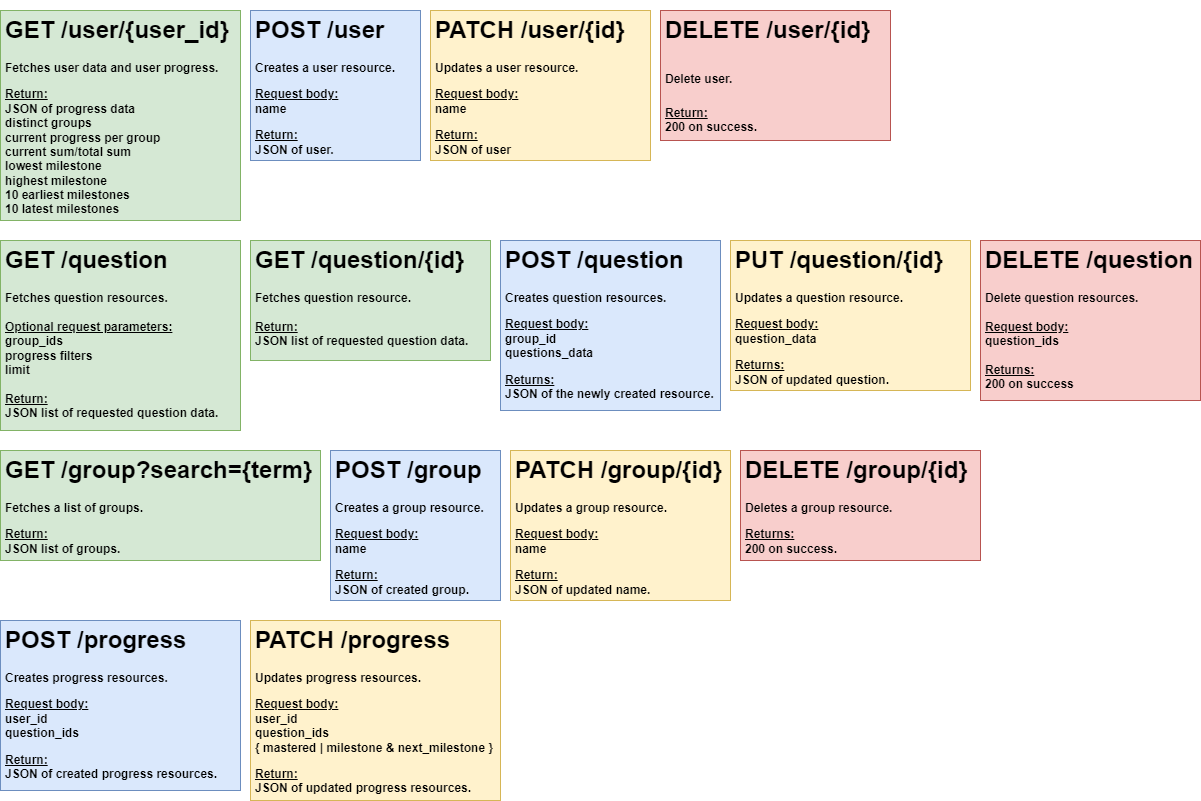
Earlier version of the draw.io export design/api.png (theara-y/learning-app). Source tidied: cells renumbered, new cells last; positions are measured from the earlier drawing's top-left corner, leaving out a move shared by most shapes. Its diagram source:
```xml
<mxGraphModel>
  <root>
    <mxCell id="0" />
    <mxCell id="1" parent="0" />
    <mxCell id="2" value="&lt;h1&gt;GET /question&lt;/h1&gt;&lt;div&gt;&lt;b&gt;Fetches question resources.&lt;/b&gt;&lt;/div&gt;&lt;div&gt;&lt;b&gt;&lt;br&gt;&lt;/b&gt;&lt;/div&gt;&lt;div&gt;&lt;b&gt;&lt;u&gt;Optional request parameters:&lt;/u&gt;&lt;br&gt;group_ids&lt;/b&gt;&lt;/div&gt;&lt;div&gt;&lt;b&gt;progress filters&lt;br&gt;limit&lt;/b&gt;&lt;/div&gt;&lt;div&gt;&lt;br&gt;&lt;/div&gt;&lt;div&gt;&lt;b&gt;&lt;u&gt;Return:&lt;/u&gt;&lt;br&gt;JSON list of requested question data.&lt;/b&gt;&lt;/div&gt;" style="text;html=1;strokeColor=#82b366;fillColor=#d5e8d4;spacing=5;spacingTop=-20;whiteSpace=wrap;overflow=hidden;rounded=0;perimeterSpacing=0;" parent="1" vertex="1">
      <mxGeometry y="230" width="240" height="190" as="geometry" />
    </mxCell>
    <mxCell id="3" value="&lt;h1&gt;POST /question&lt;/h1&gt;&lt;p&gt;&lt;b&gt;Creates question resources.&lt;/b&gt;&lt;/p&gt;&lt;p&gt;&lt;b&gt;&lt;u&gt;Request body:&lt;/u&gt;&lt;br&gt;group_id&lt;br&gt;questions_data&lt;/b&gt;&lt;/p&gt;&lt;p&gt;&lt;b&gt;&lt;u&gt;Returns:&lt;/u&gt;&lt;br&gt;JSON of the newly created resource.&lt;/b&gt;&lt;/p&gt;" style="text;html=1;strokeColor=#6c8ebf;fillColor=#dae8fc;spacing=5;spacingTop=-20;whiteSpace=wrap;overflow=hidden;rounded=0;" parent="1" vertex="1">
      <mxGeometry x="500" y="230" width="220" height="170" as="geometry" />
    </mxCell>
    <mxCell id="4" value="&lt;h1&gt;PUT /question/{id}&lt;/h1&gt;&lt;p&gt;&lt;b&gt;Updates a question resource.&lt;/b&gt;&lt;/p&gt;&lt;p&gt;&lt;b&gt;&lt;u&gt;Request body:&lt;/u&gt;&lt;br&gt;question_data&lt;/b&gt;&lt;/p&gt;&lt;p&gt;&lt;b&gt;&lt;u&gt;Returns:&lt;/u&gt;&lt;br&gt;JSON of updated question.&lt;/b&gt;&lt;/p&gt;" style="text;html=1;strokeColor=#d6b656;fillColor=#fff2cc;spacing=5;spacingTop=-20;whiteSpace=wrap;overflow=hidden;rounded=0;" parent="1" vertex="1">
      <mxGeometry x="730" y="230" width="240" height="150" as="geometry" />
    </mxCell>
    <mxCell id="5" value="&lt;h1&gt;DELETE /question&lt;br&gt;&lt;/h1&gt;&lt;div&gt;&lt;b&gt;Delete question resources.&lt;br&gt;&lt;/b&gt;&lt;/div&gt;&lt;div&gt;&lt;b&gt;&lt;br&gt;&lt;/b&gt;&lt;/div&gt;&lt;div&gt;&lt;b&gt;&lt;u&gt;Request body:&lt;/u&gt;&lt;br&gt;question_ids&lt;br&gt;&lt;br&gt;&lt;u&gt;Returns:&lt;/u&gt;&lt;br&gt;200 on success&lt;/b&gt;&lt;/div&gt;" style="text;html=1;strokeColor=#b85450;fillColor=#f8cecc;spacing=5;spacingTop=-20;whiteSpace=wrap;overflow=hidden;rounded=0;" parent="1" vertex="1">
      <mxGeometry x="980" y="230" width="220" height="160" as="geometry" />
    </mxCell>
    <mxCell id="6" value="&lt;h1&gt;POST /group&lt;/h1&gt;&lt;p&gt;&lt;b&gt;Creates a group resource.&lt;/b&gt;&lt;/p&gt;&lt;p&gt;&lt;b&gt;&lt;u&gt;Request body:&lt;/u&gt;&lt;br&gt;&lt;span style=&quot;background-color: initial;&quot;&gt;name&lt;/span&gt;&lt;/b&gt;&lt;/p&gt;&lt;p&gt;&lt;span style=&quot;background-color: initial;&quot;&gt;&lt;b&gt;&lt;u&gt;Return:&lt;/u&gt;&lt;br&gt;JSON of created group.&lt;/b&gt;&lt;/span&gt;&lt;/p&gt;" style="text;html=1;strokeColor=#6c8ebf;fillColor=#dae8fc;spacing=5;spacingTop=-20;whiteSpace=wrap;overflow=hidden;rounded=0;" parent="1" vertex="1">
      <mxGeometry x="330" y="440" width="170" height="150" as="geometry" />
    </mxCell>
    <mxCell id="7" value="&lt;h1&gt;PATCH /group/{id}&lt;/h1&gt;&lt;p&gt;&lt;b&gt;Updates a group resource.&lt;/b&gt;&lt;/p&gt;&lt;p&gt;&lt;b&gt;&lt;u&gt;Request body:&lt;/u&gt;&lt;br&gt;&lt;/b&gt;&lt;b style=&quot;background-color: initial;&quot;&gt;name&lt;/b&gt;&lt;/p&gt;&lt;p&gt;&lt;b style=&quot;background-color: initial;&quot;&gt;&lt;u&gt;Return:&lt;/u&gt;&lt;br&gt;JSON of updated name.&lt;/b&gt;&lt;/p&gt;" style="text;html=1;strokeColor=#d6b656;fillColor=#fff2cc;spacing=5;spacingTop=-20;whiteSpace=wrap;overflow=hidden;rounded=0;" parent="1" vertex="1">
      <mxGeometry x="510" y="440" width="220" height="150" as="geometry" />
    </mxCell>
    <mxCell id="8" value="&lt;h1&gt;DELETE /group/{id}&lt;/h1&gt;&lt;p&gt;&lt;b&gt;Deletes a group resource.&lt;/b&gt;&lt;/p&gt;&lt;p&gt;&lt;b&gt;&lt;u&gt;Returns:&lt;/u&gt;&lt;br&gt;&lt;/b&gt;&lt;b style=&quot;background-color: initial;&quot;&gt;200 on success.&lt;/b&gt;&lt;/p&gt;" style="text;html=1;strokeColor=#b85450;fillColor=#f8cecc;spacing=5;spacingTop=-20;whiteSpace=wrap;overflow=hidden;rounded=0;" parent="1" vertex="1">
      <mxGeometry x="740" y="440" width="240" height="110" as="geometry" />
    </mxCell>
    <mxCell id="9" value="&lt;h1&gt;GET /group?search={term}&lt;/h1&gt;&lt;p&gt;&lt;b&gt;Fetches a list of groups.&lt;/b&gt;&lt;/p&gt;&lt;p&gt;&lt;b&gt;&lt;u&gt;Return:&lt;/u&gt;&lt;br&gt;JSON list of groups.&lt;/b&gt;&lt;/p&gt;" style="text;html=1;strokeColor=#82b366;fillColor=#d5e8d4;spacing=5;spacingTop=-20;whiteSpace=wrap;overflow=hidden;rounded=0;perimeterSpacing=0;" parent="1" vertex="1">
      <mxGeometry y="440" width="320" height="110" as="geometry" />
    </mxCell>
    <mxCell id="10" value="&lt;h1&gt;POST /progress&lt;/h1&gt;&lt;p&gt;&lt;b&gt;Creates progress resources.&lt;/b&gt;&lt;/p&gt;&lt;p&gt;&lt;b&gt;&lt;u&gt;Request body:&lt;/u&gt;&lt;br&gt;user_id&lt;br&gt;question_ids&lt;/b&gt;&lt;/p&gt;&lt;p&gt;&lt;b&gt;&lt;u&gt;Return:&lt;/u&gt;&lt;br&gt;JSON of created progress resources.&lt;/b&gt;&lt;/p&gt;" style="text;html=1;strokeColor=#6c8ebf;fillColor=#dae8fc;spacing=5;spacingTop=-20;whiteSpace=wrap;overflow=hidden;rounded=0;" parent="1" vertex="1">
      <mxGeometry y="610" width="240" height="170" as="geometry" />
    </mxCell>
    <mxCell id="11" value="&lt;h1&gt;PATCH /progress&lt;/h1&gt;&lt;p&gt;&lt;b&gt;Updates progress resources.&amp;nbsp;&lt;/b&gt;&lt;/p&gt;&lt;p&gt;&lt;b&gt;&lt;u&gt;Request body:&lt;/u&gt;&lt;br&gt;&lt;span style=&quot;background-color: initial;&quot;&gt;user_id&lt;br&gt;question_ids&lt;br&gt;&lt;/span&gt;&lt;span style=&quot;background-color: initial;&quot;&gt;{ mastered | milestone &amp;amp; next_milestone }&lt;/span&gt;&lt;/b&gt;&lt;/p&gt;&lt;p&gt;&lt;b&gt;&lt;u&gt;Return:&lt;/u&gt;&lt;br&gt;JSON of updated progress resources.&lt;/b&gt;&lt;/p&gt;" style="text;html=1;strokeColor=#d6b656;fillColor=#fff2cc;spacing=5;spacingTop=-20;whiteSpace=wrap;overflow=hidden;rounded=0;" parent="1" vertex="1">
      <mxGeometry x="250" y="610" width="250" height="180" as="geometry" />
    </mxCell>
    <mxCell id="12" value="&lt;h1&gt;GET /user/{user_id}&lt;/h1&gt;&lt;p&gt;&lt;b&gt;Fetches user data and user progress.&lt;/b&gt;&lt;/p&gt;&lt;p&gt;&lt;b&gt;&lt;u&gt;Return:&lt;br&gt;&lt;/u&gt;JSON of progress data&lt;br&gt;distinct groups&lt;br&gt;current progress per group&lt;br&gt;current sum/total sum&lt;br&gt;lowest milestone&lt;br&gt;highest milestone&lt;br&gt;10 earliest milestones&lt;br&gt;10 latest milestones&lt;br&gt;&lt;br&gt;&lt;/b&gt;&lt;/p&gt;" style="text;html=1;spacing=5;spacingTop=-20;whiteSpace=wrap;overflow=hidden;rounded=0;perimeterSpacing=0;strokeColor=#82b366;fillColor=#d5e8d4;" parent="1" vertex="1">
      <mxGeometry width="240" height="210" as="geometry" />
    </mxCell>
    <mxCell id="13" value="&lt;h1&gt;GET /question/{id}&lt;/h1&gt;&lt;div&gt;&lt;b&gt;Fetches question resource.&lt;/b&gt;&lt;/div&gt;&lt;div&gt;&lt;br&gt;&lt;/div&gt;&lt;div&gt;&lt;b&gt;&lt;u&gt;Return:&lt;/u&gt;&lt;br&gt;JSON list of requested question data.&lt;/b&gt;&lt;/div&gt;" style="text;html=1;strokeColor=#82b366;fillColor=#d5e8d4;spacing=5;spacingTop=-20;whiteSpace=wrap;overflow=hidden;rounded=0;perimeterSpacing=0;" parent="1" vertex="1">
      <mxGeometry x="250" y="230" width="240" height="120" as="geometry" />
    </mxCell>
    <mxCell id="14" value="&lt;h1&gt;DELETE /user/{id}&lt;/h1&gt;&lt;h1&gt;&lt;b style=&quot;background-color: initial; font-size: 12px;&quot;&gt;Delete user.&lt;/b&gt;&lt;/h1&gt;&lt;div&gt;&lt;b&gt;&lt;u&gt;Return:&lt;/u&gt;&lt;br&gt;200 on success.&lt;/b&gt;&lt;/div&gt;" style="text;html=1;strokeColor=#b85450;fillColor=#f8cecc;spacing=5;spacingTop=-20;whiteSpace=wrap;overflow=hidden;rounded=0;perimeterSpacing=0;" parent="1" vertex="1">
      <mxGeometry x="660" width="230" height="130" as="geometry" />
    </mxCell>
    <mxCell id="15" value="&lt;h1&gt;PATCH /user/{id}&lt;/h1&gt;&lt;p&gt;&lt;b&gt;Updates a user resource.&lt;/b&gt;&lt;/p&gt;&lt;p&gt;&lt;b&gt;&lt;u&gt;Request body:&lt;/u&gt;&lt;br&gt;&lt;/b&gt;&lt;b style=&quot;background-color: initial;&quot;&gt;name&lt;/b&gt;&lt;/p&gt;&lt;p&gt;&lt;b style=&quot;background-color: initial;&quot;&gt;&lt;u&gt;Return:&lt;/u&gt;&lt;br&gt;JSON of user&lt;/b&gt;&lt;/p&gt;" style="text;html=1;strokeColor=#d6b656;fillColor=#fff2cc;spacing=5;spacingTop=-20;whiteSpace=wrap;overflow=hidden;rounded=0;" parent="1" vertex="1">
      <mxGeometry x="430" width="220" height="150" as="geometry" />
    </mxCell>
    <mxCell id="16" value="&lt;h1&gt;POST /user&lt;/h1&gt;&lt;p&gt;&lt;b&gt;Creates a user resource.&lt;/b&gt;&lt;/p&gt;&lt;p&gt;&lt;b&gt;&lt;u&gt;Request body:&lt;/u&gt;&lt;br&gt;&lt;span style=&quot;background-color: initial;&quot;&gt;name&lt;/span&gt;&lt;/b&gt;&lt;/p&gt;&lt;p&gt;&lt;span style=&quot;background-color: initial;&quot;&gt;&lt;b&gt;&lt;u&gt;Return:&lt;/u&gt;&lt;br&gt;JSON of user.&lt;/b&gt;&lt;/span&gt;&lt;/p&gt;" style="text;html=1;strokeColor=#6c8ebf;fillColor=#dae8fc;spacing=5;spacingTop=-20;whiteSpace=wrap;overflow=hidden;rounded=0;" parent="1" vertex="1">
      <mxGeometry x="250" width="170" height="150" as="geometry" />
    </mxCell>
  </root>
</mxGraphModel>
```
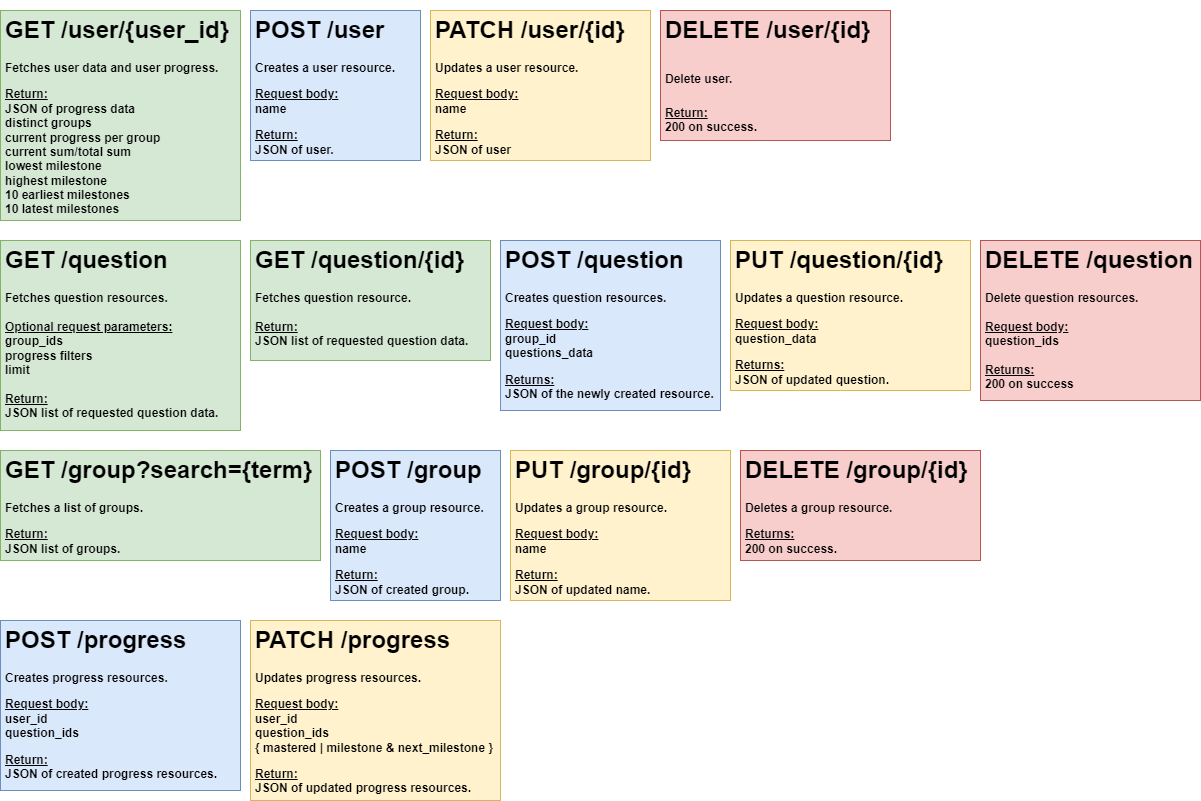
The same diagram one commit later.

The edit, as a diff of the source:
```diff
@@ -17,7 +17,7 @@
     <mxCell id="6" value="&lt;h1&gt;POST /group&lt;/h1&gt;&lt;p&gt;&lt;b&gt;Creates a group resource.&lt;/b&gt;&lt;/p&gt;&lt;p&gt;&lt;b&gt;&lt;u&gt;Request body:&lt;/u&gt;&lt;br&gt;&lt;span style=&quot;background-color: initial;&quot;&gt;name&lt;/span&gt;&lt;/b&gt;&lt;/p&gt;&lt;p&gt;&lt;span style=&quot;background-color: initial;&quot;&gt;&lt;b&gt;&lt;u&gt;Return:&lt;/u&gt;&lt;br&gt;JSON of created group.&lt;/b&gt;&lt;/span&gt;&lt;/p&gt;" style="text;html=1;strokeColor=#6c8ebf;fillColor=#dae8fc;spacing=5;spacingTop=-20;whiteSpace=wrap;overflow=hidden;rounded=0;" parent="1" vertex="1">
       <mxGeometry x="330" y="440" width="170" height="150" as="geometry" />
     </mxCell>
-    <mxCell id="7" value="&lt;h1&gt;PATCH /group/{id}&lt;/h1&gt;&lt;p&gt;&lt;b&gt;Updates a group resource.&lt;/b&gt;&lt;/p&gt;&lt;p&gt;&lt;b&gt;&lt;u&gt;Request body:&lt;/u&gt;&lt;br&gt;&lt;/b&gt;&lt;b style=&quot;background-color: initial;&quot;&gt;name&lt;/b&gt;&lt;/p&gt;&lt;p&gt;&lt;b style=&quot;background-color: initial;&quot;&gt;&lt;u&gt;Return:&lt;/u&gt;&lt;br&gt;JSON of updated name.&lt;/b&gt;&lt;/p&gt;" style="text;html=1;strokeColor=#d6b656;fillColor=#fff2cc;spacing=5;spacingTop=-20;whiteSpace=wrap;overflow=hidden;rounded=0;" parent="1" vertex="1">
+    <mxCell id="7" value="&lt;h1&gt;PUT /group/{id}&lt;/h1&gt;&lt;p&gt;&lt;b&gt;Updates a group resource.&lt;/b&gt;&lt;/p&gt;&lt;p&gt;&lt;b&gt;&lt;u&gt;Request body:&lt;/u&gt;&lt;br&gt;&lt;/b&gt;&lt;b style=&quot;background-color: initial;&quot;&gt;name&lt;/b&gt;&lt;/p&gt;&lt;p&gt;&lt;b style=&quot;background-color: initial;&quot;&gt;&lt;u&gt;Return:&lt;/u&gt;&lt;br&gt;JSON of updated name.&lt;/b&gt;&lt;/p&gt;" style="text;html=1;strokeColor=#d6b656;fillColor=#fff2cc;spacing=5;spacingTop=-20;whiteSpace=wrap;overflow=hidden;rounded=0;" parent="1" vertex="1">
       <mxGeometry x="510" y="440" width="220" height="150" as="geometry" />
     </mxCell>
     <mxCell id="8" value="&lt;h1&gt;DELETE /group/{id}&lt;/h1&gt;&lt;p&gt;&lt;b&gt;Deletes a group resource.&lt;/b&gt;&lt;/p&gt;&lt;p&gt;&lt;b&gt;&lt;u&gt;Returns:&lt;/u&gt;&lt;br&gt;&lt;/b&gt;&lt;b style=&quot;background-color: initial;&quot;&gt;200 on success.&lt;/b&gt;&lt;/p&gt;" style="text;html=1;strokeColor=#b85450;fillColor=#f8cecc;spacing=5;spacingTop=-20;whiteSpace=wrap;overflow=hidden;rounded=0;" parent="1" vertex="1">
```
